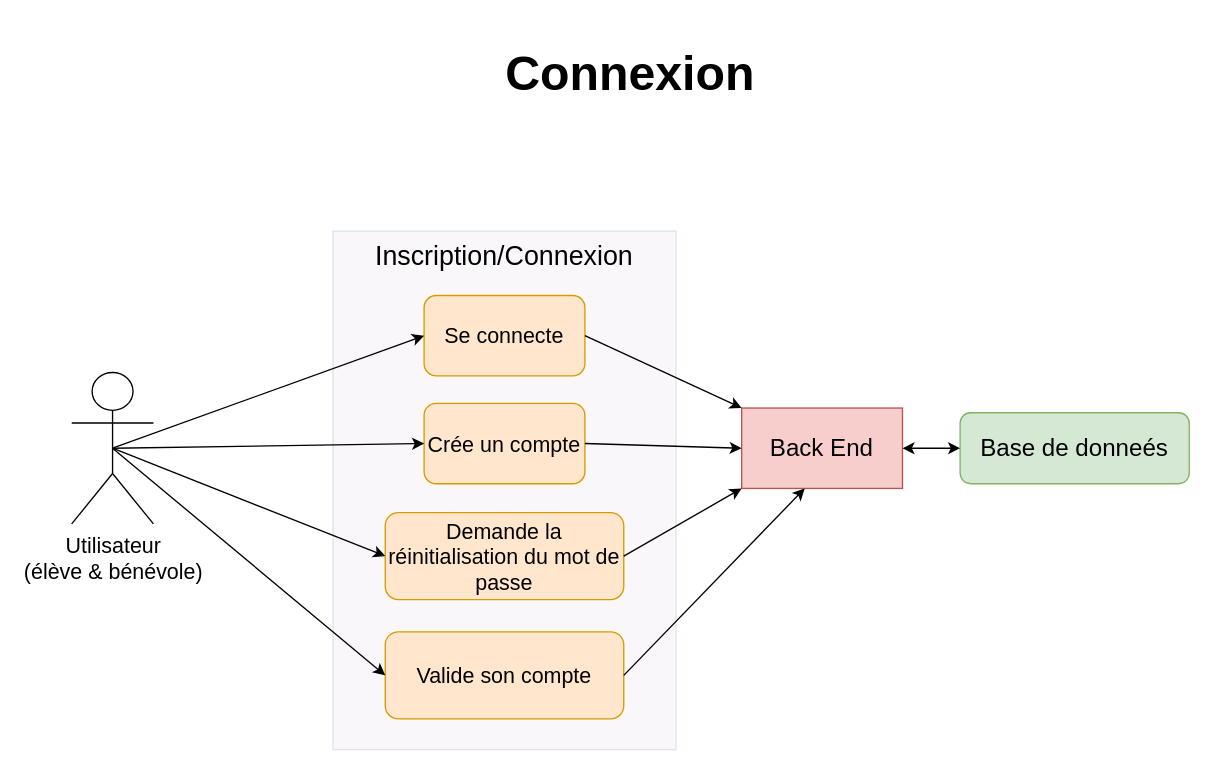
This is page "Inscription/Connexion" (1 of 5) of Untitled Diagram.drawio from melacod/MelanieKlein_10_22122021, a draw.io file, before an edit. Source tidied: cells renumbered, new cells numbered last; positions are measured from the earlier drawing's top-left corner, leaving out a move shared by most shapes. Both pictures are drawn from the tidied source at 134%, with x=0, y=0 at pixel (71, 52).
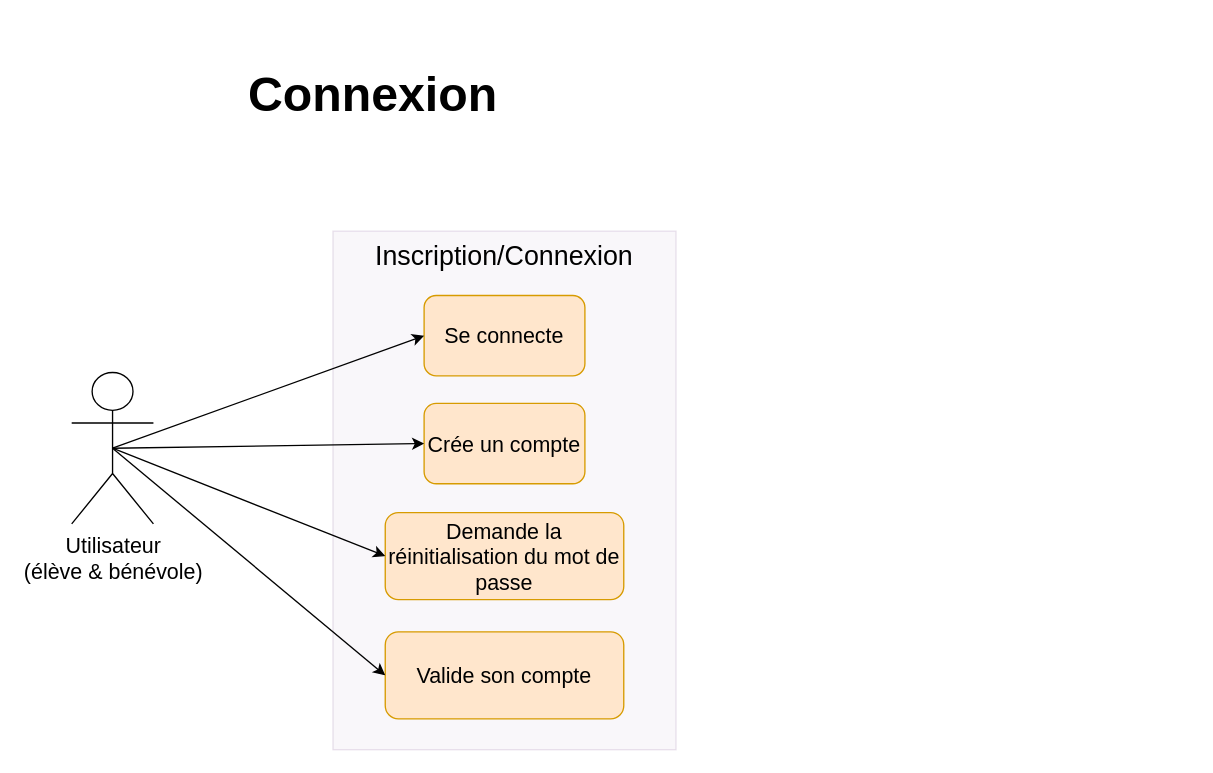
Above is the later version.

Change to the diagram source:
```diff
@@
 <mxGraphModel>
   <root>
     <mxCell id="0" />
     <mxCell id="1" parent="0" />
     <mxCell id="2" value="&lt;span&gt;&lt;font style=&quot;font-size: 20px&quot;&gt;Inscription/Connexion&lt;/font&gt;&lt;/span&gt;" style="rounded=0;whiteSpace=wrap;html=1;fontSize=18;strokeWidth=1;fillColor=#e1d5e7;strokeColor=#9673a6;opacity=20;verticalAlign=top;" parent="1" vertex="1">
       <mxGeometry x="195" y="133" width="256" height="387" as="geometry" />
     </mxCell>
     <mxCell id="3" value="&lt;h1&gt;&lt;font style=&quot;font-size: 36px&quot;&gt;Connexion&lt;/font&gt;&lt;/h1&gt;" style="text;html=1;strokeColor=none;fillColor=none;align=center;verticalAlign=middle;whiteSpace=wrap;rounded=0;" parent="1" vertex="1">
-      <mxGeometry x="363" width="108" height="30" as="geometry" />
+      <mxGeometry x="171" y="16" width="108" height="30" as="geometry" />
     </mxCell>
     <mxCell id="4" value="&lt;font style=&quot;font-size: 16px&quot;&gt;Utilisateur&lt;br&gt;(élève &amp;amp; bénévole)&lt;/font&gt;" style="shape=umlActor;verticalLabelPosition=bottom;verticalAlign=top;html=1;outlineConnect=0;fontSize=14;" parent="1" vertex="1">
       <mxGeometry y="238.5" width="61" height="113" as="geometry" />
     </mxCell>
     <mxCell id="5" value="&lt;font style=&quot;font-size: 16px&quot;&gt;Se connecte&lt;/font&gt;" style="rounded=1;whiteSpace=wrap;html=1;fontSize=14;fillColor=#ffe6cc;strokeColor=#d79b00;" parent="1" vertex="1">
       <mxGeometry x="263" y="181" width="120" height="60" as="geometry" />
     </mxCell>
     <mxCell id="6" value="&lt;font style=&quot;font-size: 16px&quot;&gt;Crée un compte&lt;/font&gt;" style="rounded=1;whiteSpace=wrap;html=1;fontSize=14;fillColor=#ffe6cc;strokeColor=#d79b00;" parent="1" vertex="1">
       <mxGeometry x="263" y="261.5" width="120" height="60" as="geometry" />
     </mxCell>
     <mxCell id="7" style="endArrow=classic;html=1;rounded=0;fontSize=18;curved=1;entryX=0;entryY=0.5;entryDx=0;entryDy=0;exitX=0.5;exitY=0.5;exitDx=0;exitDy=0;exitPerimeter=0;" parent="1" edge="1" source="4" target="5">
       <mxGeometry relative="1" as="geometry" />
     </mxCell>
     <mxCell id="8" style="endArrow=classic;html=1;rounded=0;fontSize=18;entryX=0;entryY=0.5;entryDx=0;entryDy=0;curved=1;exitX=0.5;exitY=0.5;exitDx=0;exitDy=0;exitPerimeter=0;" parent="1" edge="1" source="4" target="6">
       <mxGeometry relative="1" as="geometry" />
     </mxCell>
     <mxCell id="9" value="&lt;font style=&quot;font-size: 16px&quot;&gt;Demande la réinitialisation du mot de passe&lt;/font&gt;" style="rounded=1;whiteSpace=wrap;html=1;fontSize=14;fillColor=#ffe6cc;strokeColor=#d79b00;" parent="1" vertex="1">
       <mxGeometry x="234" y="343" width="178" height="65" as="geometry" />
     </mxCell>
     <mxCell id="10" style="endArrow=classic;html=1;rounded=0;fontSize=18;curved=1;entryX=0;entryY=0.5;entryDx=0;entryDy=0;exitX=0.5;exitY=0.5;exitDx=0;exitDy=0;exitPerimeter=0;" parent="1" edge="1" source="4" target="9">
       <mxGeometry relative="1" as="geometry" />
     </mxCell>
-    <mxCell id="11" value="&lt;font style=&quot;font-size: 18px&quot;&gt;Back End&lt;/font&gt;" style="rounded=0;whiteSpace=wrap;html=1;fontSize=10;fillColor=#f8cecc;strokeColor=#b85450;" parent="1" vertex="1">
-      <mxGeometry x="500" y="265" width="120" height="60" as="geometry" />
-    </mxCell>
-    <mxCell id="12" value="&lt;span&gt;Base de donneés&lt;/span&gt;" style="rounded=1;whiteSpace=wrap;html=1;fontSize=18;fillColor=#d5e8d4;strokeColor=#82b366;strokeWidth=1;" parent="1" vertex="1">
-      <mxGeometry x="663" y="268.5" width="171" height="53" as="geometry" />
-    </mxCell>
-    <mxCell id="13" style="endArrow=classic;startArrow=classic;html=1;rounded=0;fontSize=18;entryX=0;entryY=0.5;entryDx=0;entryDy=0;exitX=1;exitY=0.5;exitDx=0;exitDy=0;curved=1;" parent="1" edge="1" source="11" target="12">
-      <mxGeometry relative="1" as="geometry" />
-    </mxCell>
-    <mxCell id="14" style="endArrow=classic;html=1;rounded=0;fontSize=18;exitX=1;exitY=0.5;exitDx=0;exitDy=0;entryX=0;entryY=0.5;entryDx=0;entryDy=0;curved=1;" parent="1" edge="1" source="6" target="11">
-      <mxGeometry relative="1" as="geometry" />
-    </mxCell>
-    <mxCell id="15" style="endArrow=classic;html=1;rounded=0;fontSize=18;exitX=1;exitY=0.5;exitDx=0;exitDy=0;entryX=0;entryY=0;entryDx=0;entryDy=0;curved=1;" parent="1" edge="1" source="5" target="11">
-      <mxGeometry relative="1" as="geometry" />
-    </mxCell>
-    <mxCell id="16" style="endArrow=classic;html=1;rounded=0;fontSize=18;entryX=0;entryY=1;entryDx=0;entryDy=0;curved=1;exitX=1;exitY=0.5;exitDx=0;exitDy=0;" parent="1" edge="1" source="9" target="11">
-      <mxGeometry relative="1" as="geometry" />
-    </mxCell>
     <mxCell id="17" value="&lt;font style=&quot;font-size: 16px&quot;&gt;Valide son compte&lt;/font&gt;" style="rounded=1;whiteSpace=wrap;html=1;fontSize=14;fillColor=#ffe6cc;strokeColor=#d79b00;" parent="1" vertex="1">
       <mxGeometry x="234" y="432" width="178" height="65" as="geometry" />
     </mxCell>
     <mxCell id="18" style="endArrow=classic;html=1;rounded=0;fontSize=18;curved=1;exitX=0.5;exitY=0.5;exitDx=0;exitDy=0;exitPerimeter=0;entryX=0;entryY=0.5;entryDx=0;entryDy=0;" parent="1" edge="1" source="4" target="17">
       <mxGeometry relative="1" as="geometry" />
     </mxCell>
-    <mxCell id="19" style="endArrow=classic;html=1;rounded=0;fontSize=18;entryX=0.392;entryY=1;entryDx=0;entryDy=0;curved=1;exitX=1;exitY=0.5;exitDx=0;exitDy=0;entryPerimeter=0;" parent="1" edge="1" source="17" target="11">
-      <mxGeometry relative="1" as="geometry" />
-    </mxCell>
   </root>
 </mxGraphModel>
```
